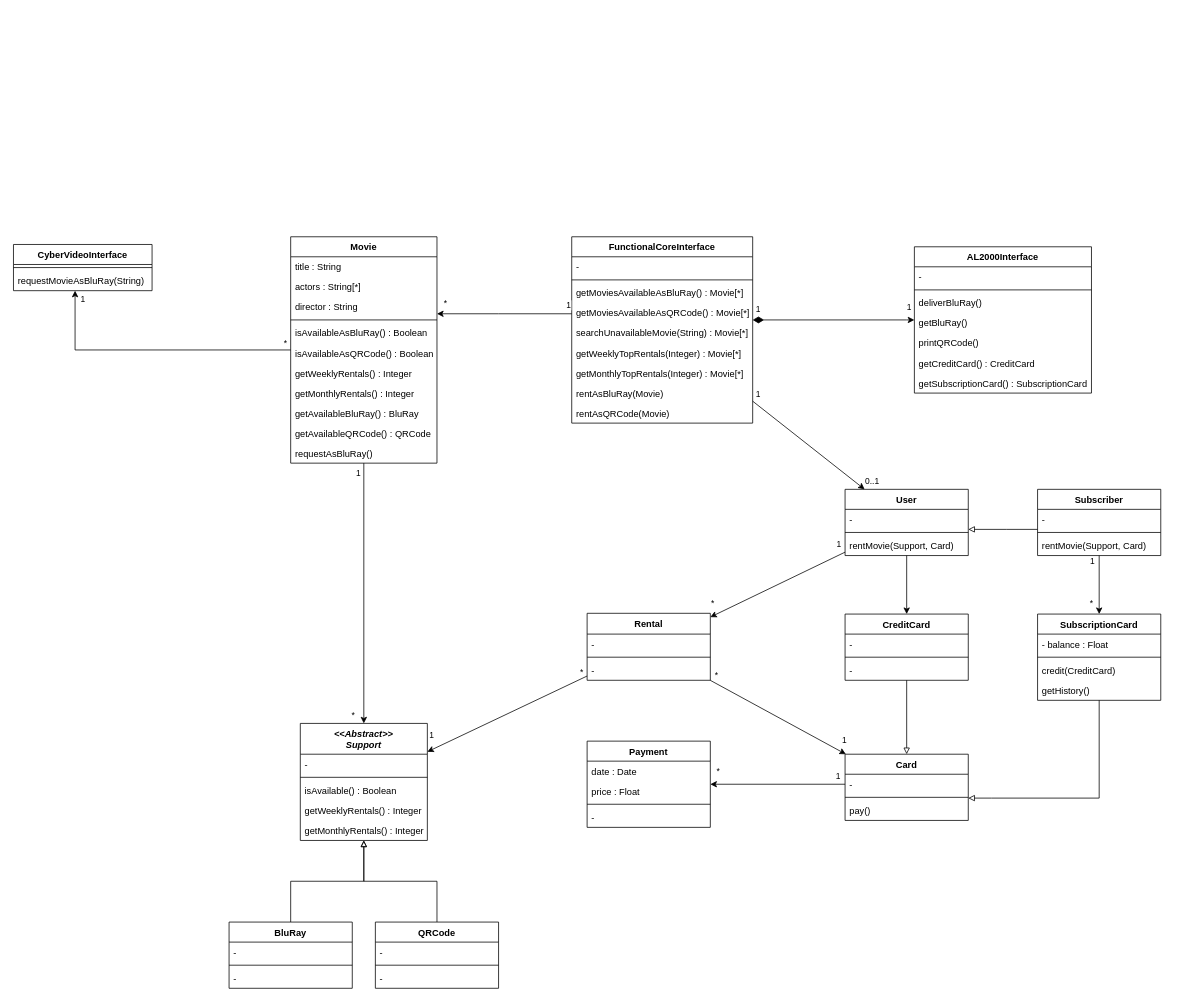
Before: page "Class" (2 of 3) of doc/COO_diagram.drawio in David-mrc/ProjetS7, a draw.io diagram. Source tidied: cells renumbered, new cells numbered last; positions are measured from the earlier drawing's top-left corner, leaving out a move shared by most shapes. Both pictures are drawn from the tidied source at 77%, with x=0, y=0 at pixel (13, 236).
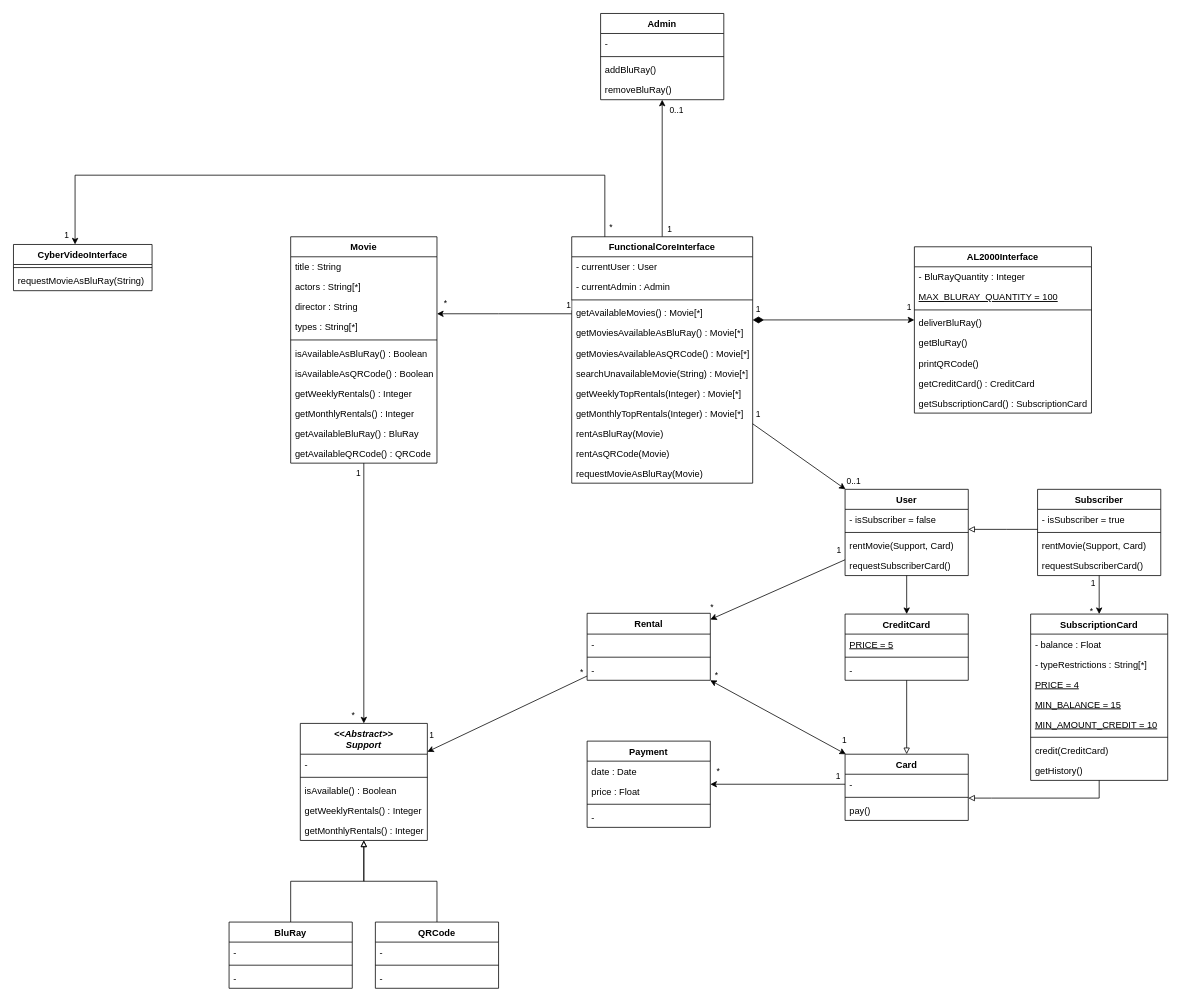
After the change.

The change refers to these unchanged cells:
```xml
<mxCell id="18" value="Movie" style="swimlane;fontStyle=1;align=center;verticalAlign=top;horizontal=1;startSize=26;rounded=0;shadow=0;strokeWidth=1;" parent="1" vertex="1">
  <mxGeometry x="360" width="190" height="294" as="geometry" />
</mxCell>
<mxCell id="55" value="Rental" style="swimlane;fontStyle=1;align=center;verticalAlign=top;horizontal=1;startSize=27;rounded=0;shadow=0;strokeWidth=1;" parent="1" vertex="1">
  <mxGeometry x="745" y="489" width="160" height="87" as="geometry" />
</mxCell>
<mxCell id="67" style="edgeStyle=orthogonalEdgeStyle;rounded=0;jettySize=auto;html=1;startArrow=none;startFill=0;endArrow=classic;endFill=1;" parent="1" edge="1" source="70" target="83">
  <mxGeometry relative="1" as="geometry" />
</mxCell>
<mxCell id="74" value="CyberVideoInterface" style="swimlane;fontStyle=1;align=center;verticalAlign=top;horizontal=1;startSize=26;rounded=0;shadow=0;strokeWidth=1;" parent="1" vertex="1">
  <mxGeometry y="10" width="180" height="60" as="geometry" />
</mxCell>
<mxCell id="78" value="CreditCard" style="swimlane;fontStyle=1;align=center;verticalAlign=top;horizontal=1;startSize=26;rounded=0;shadow=0;strokeWidth=1;" parent="1" vertex="1">
  <mxGeometry x="1080" y="490" width="160" height="86" as="geometry" />
</mxCell>
<mxCell id="88" value="Card" style="swimlane;fontStyle=1;align=center;verticalAlign=top;horizontal=1;startSize=26;rounded=0;shadow=0;strokeWidth=1;" parent="1" vertex="1">
  <mxGeometry x="1080" y="672" width="160" height="86" as="geometry" />
</mxCell>
<mxCell id="101" style="edgeStyle=none;rounded=0;jettySize=auto;html=1;endArrow=classic;endFill=1;" parent="1" edge="1" source="2" target="62">
  <mxGeometry relative="1" as="geometry" />
</mxCell>
```

Diff of the diagram source:
```diff
@@
+    <mxCell id="115" style="edgeStyle=none;rounded=0;jettySize=auto;html=1;fontSize=16;startArrow=none;startFill=0;endArrow=classic;endFill=1;" parent="1" edge="1" source="2" target="129">
+      <mxGeometry relative="1" as="geometry" />
+    </mxCell>
+    <mxCell id="116" value="0..1" style="edgeLabel;html=1;align=center;verticalAlign=middle;fontSize=11;" parent="115" vertex="1">
+      <mxGeometry x="0.36" y="-3" relative="1" as="geometry">
+        <mxPoint x="15" y="-44" as="offset" />
+      </mxGeometry>
+    </mxCell>
+    <mxCell id="117" value="1" style="edgeLabel;html=1;align=center;verticalAlign=middle;fontSize=11;" parent="115" vertex="1">
+      <mxGeometry x="-0.65" relative="1" as="geometry">
+        <mxPoint x="9" y="20" as="offset" />
+      </mxGeometry>
+    </mxCell>
     <mxCell id="2" value="FunctionalCoreInterface" style="swimlane;fontStyle=1;align=center;verticalAlign=top;horizontal=1;startSize=26;rounded=0;shadow=0;strokeWidth=1;" parent="1" vertex="1">
-      <mxGeometry x="725" width="235" height="242" as="geometry" />
+      <mxGeometry x="725" width="235" height="320" as="geometry" />
     </mxCell>
-    <mxCell id="3" value="-" style="text;align=left;verticalAlign=top;spacingLeft=4;spacingRight=4;overflow=hidden;" parent="2" vertex="1">
+    <mxCell id="3" value="- currentUser : User" style="text;align=left;verticalAlign=top;spacingLeft=4;spacingRight=4;overflow=hidden;" parent="2" vertex="1">
       <mxGeometry y="26" width="235" height="26" as="geometry" />
     </mxCell>
+    <mxCell id="118" value="- currentAdmin : Admin" style="text;align=left;verticalAlign=top;spacingLeft=4;spacingRight=4;overflow=hidden;" parent="2" vertex="1">
+      <mxGeometry y="52" width="235" height="26" as="geometry" />
+    </mxCell>
     <mxCell id="4" style="line;html=1;strokeWidth=1;align=left;verticalAlign=middle;spacingTop=-1;spacingLeft=3;spacingRight=3;labelPosition=right;" parent="2" vertex="1">
-      <mxGeometry y="52" width="235" height="8" as="geometry" />
+      <mxGeometry y="78" width="235" height="8" as="geometry" />
     </mxCell>
-    <mxCell id="5" value="getMoviesAvailableAsBluRay() : Movie[*]" style="text;align=left;verticalAlign=top;spacingLeft=4;spacingRight=4;overflow=hidden;fontStyle=0;" parent="2" vertex="1">
-      <mxGeometry y="60" width="235" height="26" as="geometry" />
+    <mxCell id="5" value="getAvailableMovies() : Movie[*]" style="text;align=left;verticalAlign=top;spacingLeft=4;spacingRight=4;overflow=hidden;fontStyle=0;" parent="2" vertex="1">
+      <mxGeometry y="86" width="235" height="26" as="geometry" />
     </mxCell>
+    <mxCell id="119" value="getMoviesAvailableAsBluRay() : Movie[*]" style="text;align=left;verticalAlign=top;spacingLeft=4;spacingRight=4;overflow=hidden;fontStyle=0;" parent="2" vertex="1">
+      <mxGeometry y="112" width="235" height="26" as="geometry" />
+    </mxCell>
     <mxCell id="6" value="getMoviesAvailableAsQRCode() : Movie[*]" style="text;align=left;verticalAlign=top;spacingLeft=4;spacingRight=4;overflow=hidden;fontStyle=0;" parent="2" vertex="1">
-      <mxGeometry y="86" width="235" height="26" as="geometry" />
+      <mxGeometry y="138" width="235" height="26" as="geometry" />
     </mxCell>
     <mxCell id="7" value="searchUnavailableMovie(String) : Movie[*]" style="text;align=left;verticalAlign=top;spacingLeft=4;spacingRight=4;overflow=hidden;fontStyle=0;" parent="2" vertex="1">
-      <mxGeometry y="112" width="235" height="26" as="geometry" />
+      <mxGeometry y="164" width="235" height="26" as="geometry" />
     </mxCell>
     <mxCell id="8" value="getWeeklyTopRentals(Integer) : Movie[*]" style="text;align=left;verticalAlign=top;spacingLeft=4;spacingRight=4;overflow=hidden;fontStyle=0;" parent="2" vertex="1">
-      <mxGeometry y="138" width="235" height="26" as="geometry" />
+      <mxGeometry y="190" width="235" height="26" as="geometry" />
     </mxCell>
     <mxCell id="9" value="getMonthlyTopRentals(Integer) : Movie[*]" style="text;align=left;verticalAlign=top;spacingLeft=4;spacingRight=4;overflow=hidden;fontStyle=0;" parent="2" vertex="1">
-      <mxGeometry y="164" width="235" height="26" as="geometry" />
+      <mxGeometry y="216" width="235" height="26" as="geometry" />
     </mxCell>
     <mxCell id="10" value="rentAsBluRay(Movie)" style="text;align=left;verticalAlign=top;spacingLeft=4;spacingRight=4;overflow=hidden;fontStyle=0;" parent="2" vertex="1">
-      <mxGeometry y="190" width="235" height="26" as="geometry" />
+      <mxGeometry y="242" width="235" height="26" as="geometry" />
     </mxCell>
     <mxCell id="11" value="rentAsQRCode(Movie)" style="text;align=left;verticalAlign=top;spacingLeft=4;spacingRight=4;overflow=hidden;fontStyle=0;" parent="2" vertex="1">
-      <mxGeometry y="216" width="235" height="26" as="geometry" />
+      <mxGeometry y="268" width="235" height="26" as="geometry" />
     </mxCell>
+    <mxCell id="120" value="requestMovieAsBluRay(Movie)" style="text;align=left;verticalAlign=top;spacingLeft=4;spacingRight=4;overflow=hidden;fontStyle=0;" parent="2" vertex="1">
+      <mxGeometry y="294" width="235" height="26" as="geometry" />
+    </mxCell>
@@
-    <mxCell id="15" style="edgeStyle=orthogonalEdgeStyle;rounded=0;jettySize=auto;html=1;startArrow=none;startFill=0;endArrow=classic;endFill=1;" parent="1" edge="1" source="18" target="74">
+    <mxCell id="15" style="edgeStyle=orthogonalEdgeStyle;rounded=0;jettySize=auto;html=1;startArrow=none;startFill=0;endArrow=classic;endFill=1;" parent="1" edge="1" source="2" target="74">
       <mxGeometry relative="1" as="geometry">
         <Array as="points">
-          <mxPoint x="80" y="147" />
+          <mxPoint x="768" y="-80" />
+          <mxPoint x="80" y="-80" />
         </Array>
       </mxGeometry>
     </mxCell>
     <mxCell id="16" value="1" style="edgeLabel;html=1;align=center;verticalAlign=middle;" parent="15" vertex="1">
       <mxGeometry x="0.79" y="-2" relative="1" as="geometry">
-        <mxPoint x="7" y="-27" as="offset" />
+        <mxPoint x="-10" y="77" as="offset" />
       </mxGeometry>
     </mxCell>
     <mxCell id="17" value="*" style="edgeLabel;html=1;align=center;verticalAlign=middle;" parent="15" vertex="1">
       <mxGeometry x="-0.92" y="-2" relative="1" as="geometry">
-        <mxPoint x="6" y="-8" as="offset" />
+        <mxPoint x="5" y="21" as="offset" />
       </mxGeometry>
     </mxCell>
@@
+    <mxCell id="121" value="types : String[*]" style="text;align=left;verticalAlign=top;spacingLeft=4;spacingRight=4;overflow=hidden;" parent="18" vertex="1">
+      <mxGeometry y="104" width="190" height="26" as="geometry" />
+    </mxCell>
     <mxCell id="22" style="line;html=1;strokeWidth=1;align=left;verticalAlign=middle;spacingTop=-1;spacingLeft=3;spacingRight=3;labelPosition=right;" parent="18" vertex="1">
-      <mxGeometry y="104" width="190" height="8" as="geometry" />
+      <mxGeometry y="130" width="190" height="8" as="geometry" />
     </mxCell>
     <mxCell id="23" value="isAvailableAsBluRay() : Boolean" style="text;align=left;verticalAlign=top;spacingLeft=4;spacingRight=4;overflow=hidden;fontStyle=0;" parent="18" vertex="1">
-      <mxGeometry y="112" width="190" height="26" as="geometry" />
+      <mxGeometry y="138" width="190" height="26" as="geometry" />
     </mxCell>
     <mxCell id="24" value="isAvailableAsQRCode() : Boolean" style="text;align=left;verticalAlign=top;spacingLeft=4;spacingRight=4;overflow=hidden;fontStyle=0;" parent="18" vertex="1">
-      <mxGeometry y="138" width="190" height="26" as="geometry" />
+      <mxGeometry y="164" width="190" height="26" as="geometry" />
     </mxCell>
     <mxCell id="25" value="getWeeklyRentals() : Integer" style="text;align=left;verticalAlign=top;spacingLeft=4;spacingRight=4;overflow=hidden;fontStyle=0;" parent="18" vertex="1">
-      <mxGeometry y="164" width="190" height="26" as="geometry" />
+      <mxGeometry y="190" width="190" height="26" as="geometry" />
     </mxCell>
     <mxCell id="26" value="getMonthlyRentals() : Integer" style="text;align=left;verticalAlign=top;spacingLeft=4;spacingRight=4;overflow=hidden;fontStyle=0;" parent="18" vertex="1">
-      <mxGeometry y="190" width="190" height="26" as="geometry" />
+      <mxGeometry y="216" width="190" height="26" as="geometry" />
     </mxCell>
     <mxCell id="27" value="getAvailableBluRay() : BluRay" style="text;align=left;verticalAlign=top;spacingLeft=4;spacingRight=4;overflow=hidden;fontStyle=0;" parent="18" vertex="1">
-      <mxGeometry y="216" width="190" height="26" as="geometry" />
+      <mxGeometry y="242" width="190" height="26" as="geometry" />
     </mxCell>
     <mxCell id="28" value="getAvailableQRCode() : QRCode" style="text;align=left;verticalAlign=top;spacingLeft=4;spacingRight=4;overflow=hidden;fontStyle=0;" parent="18" vertex="1">
-      <mxGeometry y="242" width="190" height="26" as="geometry" />
+      <mxGeometry y="268" width="190" height="26" as="geometry" />
     </mxCell>
-    <mxCell id="29" value="requestAsBluRay()" style="text;align=left;verticalAlign=top;spacingLeft=4;spacingRight=4;overflow=hidden;fontStyle=0;fillColor=none;strokeColor=none;fillStyle=auto;" parent="18" vertex="1">
-      <mxGeometry y="268" width="190" height="26" as="geometry" />
-    </mxCell>
@@
-    <mxCell id="52" style="edgeStyle=none;rounded=0;jettySize=auto;html=1;endArrow=classic;endFill=1;" parent="1" edge="1" source="55" target="88">
+    <mxCell id="52" style="edgeStyle=none;rounded=0;jettySize=auto;html=1;endArrow=classic;endFill=1;startArrow=classic;startFill=1;" parent="1" edge="1" source="55" target="88">
       <mxGeometry relative="1" as="geometry" />
     </mxCell>
@@
     <mxCell id="62" value="User" style="swimlane;fontStyle=1;align=center;verticalAlign=top;horizontal=1;startSize=26;rounded=0;shadow=0;strokeWidth=1;" parent="1" vertex="1">
-      <mxGeometry x="1080" y="328" width="160" height="86" as="geometry" />
+      <mxGeometry x="1080" y="328" width="160" height="112" as="geometry" />
     </mxCell>
-    <mxCell id="63" value="-" style="text;align=left;verticalAlign=top;spacingLeft=4;spacingRight=4;overflow=hidden;" parent="62" vertex="1">
+    <mxCell id="63" value="- isSubscriber = false" style="text;align=left;verticalAlign=top;spacingLeft=4;spacingRight=4;overflow=hidden;" parent="62" vertex="1">
       <mxGeometry y="26" width="160" height="26" as="geometry" />
     </mxCell>
@@
+    <mxCell id="122" value="requestSubscriberCard()" style="text;align=left;verticalAlign=top;spacingLeft=4;spacingRight=4;overflow=hidden;" parent="62" vertex="1">
+      <mxGeometry y="86" width="160" height="26" as="geometry" />
+    </mxCell>
@@
     <mxCell id="69" value="1" style="edgeLabel;html=1;align=center;verticalAlign=middle;" parent="67" vertex="1">
       <mxGeometry x="-0.13" y="2" relative="1" as="geometry">
-        <mxPoint x="-12" y="-27" as="offset" />
+        <mxPoint x="-11" y="-13" as="offset" />
       </mxGeometry>
     </mxCell>
     <mxCell id="70" value="Subscriber" style="swimlane;fontStyle=1;align=center;verticalAlign=top;horizontal=1;startSize=26;rounded=0;shadow=0;strokeWidth=1;" parent="1" vertex="1">
-      <mxGeometry x="1330" y="328" width="160" height="86" as="geometry" />
+      <mxGeometry x="1330" y="328" width="160" height="112" as="geometry" />
     </mxCell>
-    <mxCell id="71" value="-" style="text;align=left;verticalAlign=top;spacingLeft=4;spacingRight=4;overflow=hidden;" parent="70" vertex="1">
+    <mxCell id="71" value="- isSubscriber = true" style="text;align=left;verticalAlign=top;spacingLeft=4;spacingRight=4;overflow=hidden;" parent="70" vertex="1">
       <mxGeometry y="26" width="160" height="26" as="geometry" />
     </mxCell>
@@
+    <mxCell id="123" value="requestSubscriberCard()" style="text;align=left;verticalAlign=top;spacingLeft=4;spacingRight=4;overflow=hidden;" parent="70" vertex="1">
+      <mxGeometry y="86" width="160" height="26" as="geometry" />
+    </mxCell>
@@
-    <mxCell id="79" value="-" style="text;align=left;verticalAlign=top;spacingLeft=4;spacingRight=4;overflow=hidden;" parent="78" vertex="1">
+    <mxCell id="79" value="PRICE = 5" style="text;align=left;verticalAlign=top;spacingLeft=4;spacingRight=4;overflow=hidden;fontStyle=4;" parent="78" vertex="1">
       <mxGeometry y="26" width="160" height="26" as="geometry" />
     </mxCell>
@@
     <mxCell id="83" value="SubscriptionCard" style="swimlane;fontStyle=1;align=center;verticalAlign=top;horizontal=1;startSize=26;rounded=0;shadow=0;strokeWidth=1;" parent="1" vertex="1">
-      <mxGeometry x="1330" y="490" width="160" height="112" as="geometry" />
+      <mxGeometry x="1321" y="490" width="178" height="216" as="geometry" />
     </mxCell>
     <mxCell id="84" value="- balance : Float" style="text;align=left;verticalAlign=top;spacingLeft=4;spacingRight=4;overflow=hidden;" parent="83" vertex="1">
-      <mxGeometry y="26" width="160" height="26" as="geometry" />
+      <mxGeometry y="26" width="178" height="26" as="geometry" />
     </mxCell>
+    <mxCell id="124" value="- typeRestrictions : String[*]" style="text;align=left;verticalAlign=top;spacingLeft=4;spacingRight=4;overflow=hidden;" parent="83" vertex="1">
+      <mxGeometry y="52" width="178" height="26" as="geometry" />
+    </mxCell>
+    <mxCell id="125" value="PRICE = 4" style="text;align=left;verticalAlign=top;spacingLeft=4;spacingRight=4;overflow=hidden;fontStyle=4;" parent="83" vertex="1">
+      <mxGeometry y="78" width="178" height="26" as="geometry" />
+    </mxCell>
+    <mxCell id="126" value="MIN_BALANCE = 15" style="text;align=left;verticalAlign=top;spacingLeft=4;spacingRight=4;overflow=hidden;fontStyle=4;" parent="83" vertex="1">
+      <mxGeometry y="104" width="178" height="26" as="geometry" />
+    </mxCell>
+    <mxCell id="127" value="MIN_AMOUNT_CREDIT = 10" style="text;align=left;verticalAlign=top;spacingLeft=4;spacingRight=4;overflow=hidden;fontStyle=4;" parent="83" vertex="1">
+      <mxGeometry y="130" width="178" height="26" as="geometry" />
+    </mxCell>
     <mxCell id="85" style="line;html=1;strokeWidth=1;align=left;verticalAlign=middle;spacingTop=-1;spacingLeft=3;spacingRight=3;labelPosition=right;" parent="83" vertex="1">
-      <mxGeometry y="52" width="160" height="8" as="geometry" />
+      <mxGeometry y="156" width="178" height="8" as="geometry" />
     </mxCell>
     <mxCell id="86" value="credit(CreditCard)" style="text;align=left;verticalAlign=top;spacingLeft=4;spacingRight=4;overflow=hidden;fontStyle=0;" parent="83" vertex="1">
-      <mxGeometry y="60" width="160" height="26" as="geometry" />
+      <mxGeometry y="164" width="178" height="26" as="geometry" />
     </mxCell>
     <mxCell id="87" value="getHistory()" style="text;align=left;verticalAlign=top;spacingLeft=4;spacingRight=4;overflow=hidden;fontStyle=0;" parent="83" vertex="1">
-      <mxGeometry y="86" width="160" height="26" as="geometry" />
+      <mxGeometry y="190" width="178" height="26" as="geometry" />
     </mxCell>
@@
     <mxCell id="93" value="AL2000Interface" style="swimlane;fontStyle=1;align=center;verticalAlign=top;horizontal=1;startSize=26;rounded=0;shadow=0;strokeWidth=1;" parent="1" vertex="1">
-      <mxGeometry x="1170" y="13" width="230" height="190" as="geometry" />
+      <mxGeometry x="1170" y="13" width="230" height="216" as="geometry" />
     </mxCell>
-    <mxCell id="94" value="-" style="text;align=left;verticalAlign=top;spacingLeft=4;spacingRight=4;overflow=hidden;" parent="93" vertex="1">
+    <mxCell id="94" value="- BluRayQuantity : Integer" style="text;align=left;verticalAlign=top;spacingLeft=4;spacingRight=4;overflow=hidden;" parent="93" vertex="1">
       <mxGeometry y="26" width="230" height="26" as="geometry" />
     </mxCell>
+    <mxCell id="128" value="MAX_BLURAY_QUANTITY = 100" style="text;align=left;verticalAlign=top;spacingLeft=4;spacingRight=4;overflow=hidden;fontStyle=4;" parent="93" vertex="1">
+      <mxGeometry y="52" width="230" height="26" as="geometry" />
+    </mxCell>
     <mxCell id="95" style="line;html=1;strokeWidth=1;align=left;verticalAlign=middle;spacingTop=-1;spacingLeft=3;spacingRight=3;labelPosition=right;" parent="93" vertex="1">
-      <mxGeometry y="52" width="230" height="8" as="geometry" />
+      <mxGeometry y="78" width="230" height="8" as="geometry" />
     </mxCell>
     <mxCell id="96" value="deliverBluRay()" style="text;align=left;verticalAlign=top;spacingLeft=4;spacingRight=4;overflow=hidden;" parent="93" vertex="1">
-      <mxGeometry y="60" width="230" height="26" as="geometry" />
+      <mxGeometry y="86" width="230" height="26" as="geometry" />
     </mxCell>
     <mxCell id="97" value="getBluRay()" style="text;align=left;verticalAlign=top;spacingLeft=4;spacingRight=4;overflow=hidden;" parent="93" vertex="1">
-      <mxGeometry y="86" width="230" height="26" as="geometry" />
+      <mxGeometry y="112" width="230" height="26" as="geometry" />
     </mxCell>
     <mxCell id="98" value="printQRCode()" style="text;align=left;verticalAlign=top;spacingLeft=4;spacingRight=4;overflow=hidden;" parent="93" vertex="1">
-      <mxGeometry y="112" width="230" height="26" as="geometry" />
+      <mxGeometry y="138" width="230" height="26" as="geometry" />
     </mxCell>
     <mxCell id="99" value="getCreditCard() : CreditCard" style="text;align=left;verticalAlign=top;spacingLeft=4;spacingRight=4;overflow=hidden;" parent="93" vertex="1">
-      <mxGeometry y="138" width="230" height="26" as="geometry" />
+      <mxGeometry y="164" width="230" height="26" as="geometry" />
     </mxCell>
     <mxCell id="100" value="getSubscriptionCard() : SubscriptionCard" style="text;align=left;verticalAlign=top;spacingLeft=4;spacingRight=4;overflow=hidden;" parent="93" vertex="1">
-      <mxGeometry y="164" width="230" height="26" as="geometry" />
+      <mxGeometry y="190" width="230" height="26" as="geometry" />
     </mxCell>
@@
     <mxCell id="102" value="0..1" style="edgeLabel;html=1;align=center;verticalAlign=middle;" parent="101" vertex="1">
       <mxGeometry x="0.6" y="-2" relative="1" as="geometry">
-        <mxPoint x="39" y="10" as="offset" />
+        <mxPoint x="35" y="4" as="offset" />
       </mxGeometry>
     </mxCell>
     <mxCell id="103" value="1" style="edgeLabel;html=1;align=center;verticalAlign=middle;" parent="101" vertex="1">
       <mxGeometry x="-0.39" y="2" relative="1" as="geometry">
-        <mxPoint x="-39" y="-43" as="offset" />
+        <mxPoint x="-31" y="-37" as="offset" />
       </mxGeometry>
     </mxCell>
@@
+    <mxCell id="129" value="Admin" style="swimlane;fontStyle=1;align=center;verticalAlign=top;horizontal=1;startSize=26;rounded=0;shadow=0;strokeWidth=1;" parent="1" vertex="1">
+      <mxGeometry x="762.5" y="-290" width="160" height="112" as="geometry" />
+    </mxCell>
+    <mxCell id="130" value="-" style="text;align=left;verticalAlign=top;spacingLeft=4;spacingRight=4;overflow=hidden;" parent="129" vertex="1">
+      <mxGeometry y="26" width="160" height="26" as="geometry" />
+    </mxCell>
+    <mxCell id="131" style="line;html=1;strokeWidth=1;align=left;verticalAlign=middle;spacingTop=-1;spacingLeft=3;spacingRight=3;labelPosition=right;" parent="129" vertex="1">
+      <mxGeometry y="52" width="160" height="8" as="geometry" />
+    </mxCell>
+    <mxCell id="132" value="addBluRay()" style="text;align=left;verticalAlign=top;spacingLeft=4;spacingRight=4;overflow=hidden;" parent="129" vertex="1">
+      <mxGeometry y="60" width="160" height="26" as="geometry" />
+    </mxCell>
+    <mxCell id="133" value="removeBluRay()" style="text;align=left;verticalAlign=top;spacingLeft=4;spacingRight=4;overflow=hidden;" parent="129" vertex="1">
+      <mxGeometry y="86" width="160" height="26" as="geometry" />
+    </mxCell>
```
